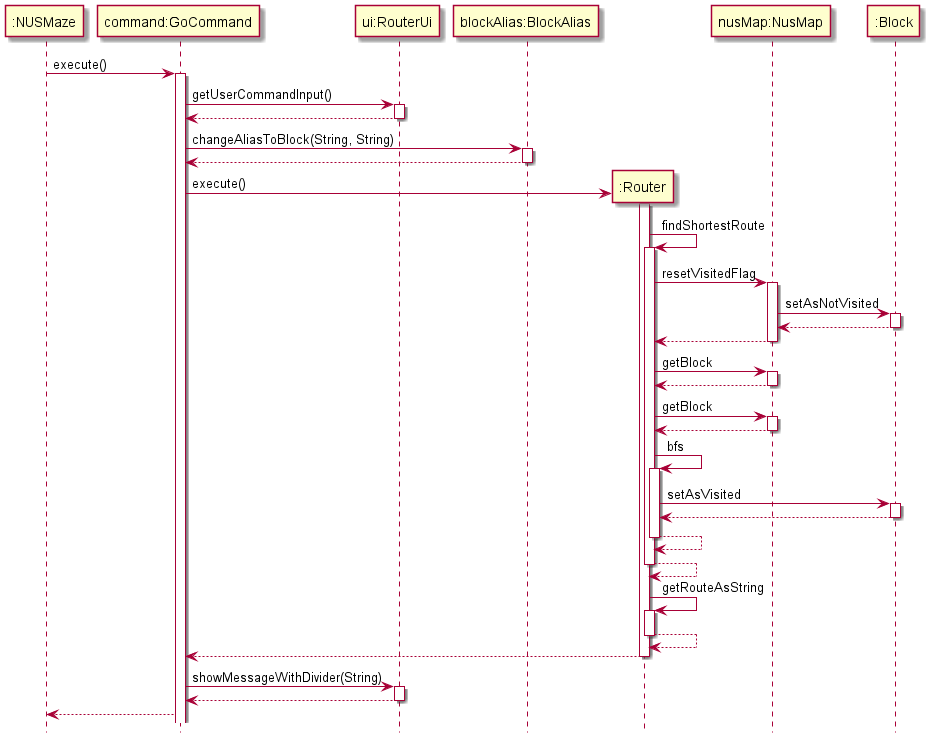
Above: docs/images/routersequencediagram.png in nus-cs2113-AY2021S2/tp (PlantUML), before the change.
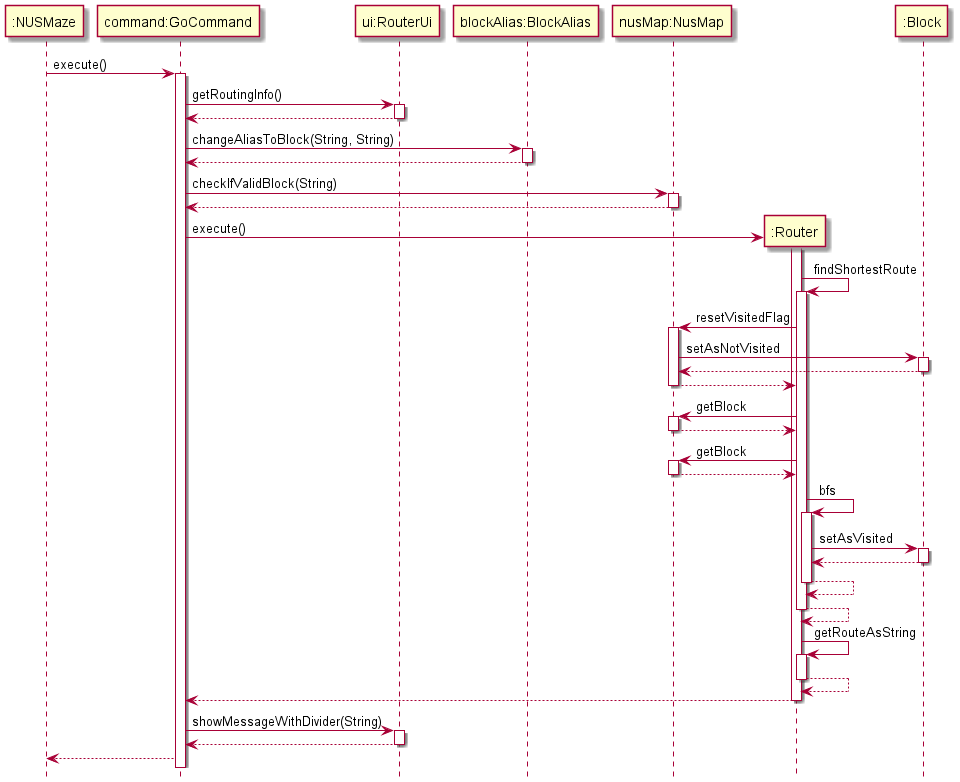
Above is the later version.

What changed in the source:
```diff
@@ -6,12 +6,15 @@
 participant "blockAlias:BlockAlias"
 ":NUSMaze"-> "command:GoCommand" : execute()
 activate "command:GoCommand"
-"command:GoCommand" -> "ui:RouterUi": getUserCommandInput()
+"command:GoCommand" -> "ui:RouterUi": getRoutingInfo()
 activate "ui:RouterUi"
 "ui:RouterUi" --> "command:GoCommand":
 deactivate "ui:RouterUi"
 "command:GoCommand" -> "blockAlias:BlockAlias": changeAliasToBlock(String, String)
 activate "blockAlias:BlockAlias"
+return
+"command:GoCommand" -> "nusMap:NusMap": checkIfValidBlock(String)
+activate "nusMap:NusMap"
 return
 deactivate "blockAlias:BlockAlias"
 create ":Router"
```
